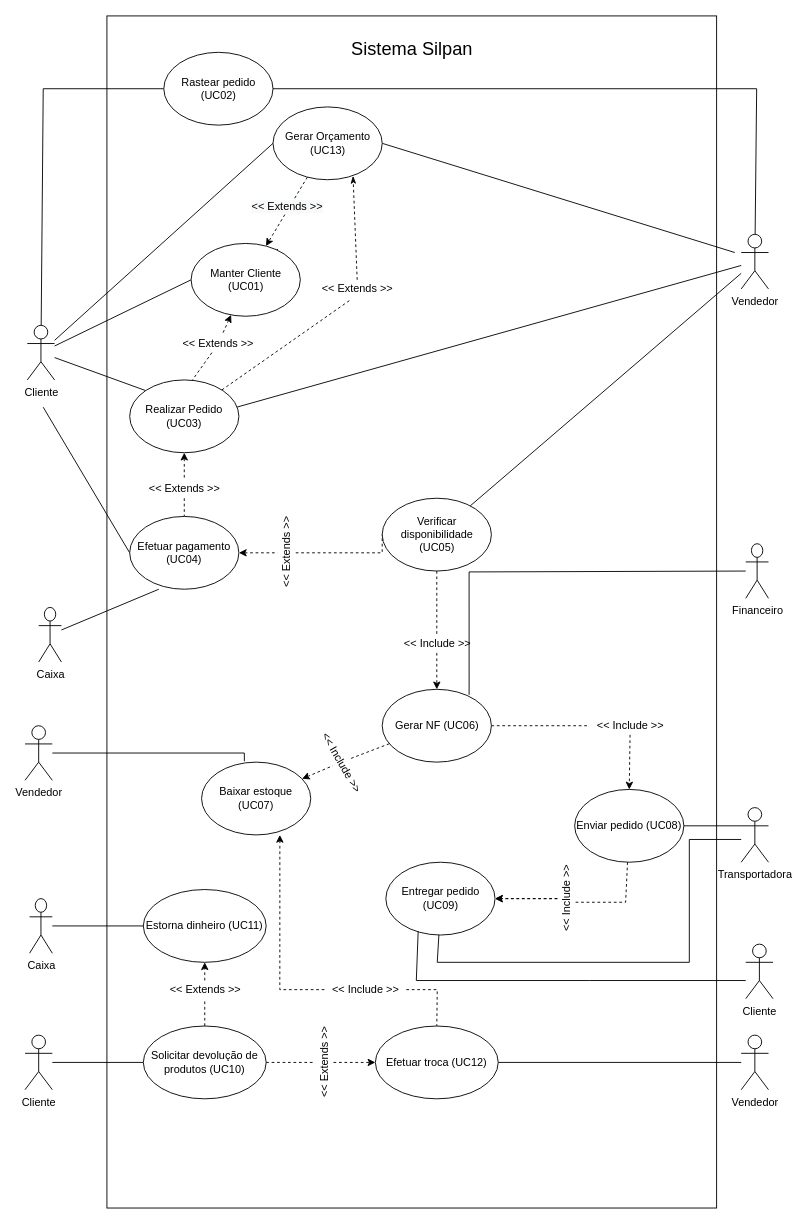
Before: Diagrama de UC.drawio in Systematicos/Silpan-AMS, a draw.io diagram. Source tidied: cells renumbered, new cells numbered last; positions are measured from the earlier drawing's top-left corner, leaving out a move shared by most shapes. Both pictures are drawn from the tidied source at 91%, with x=0, y=0 at pixel (25, 15).
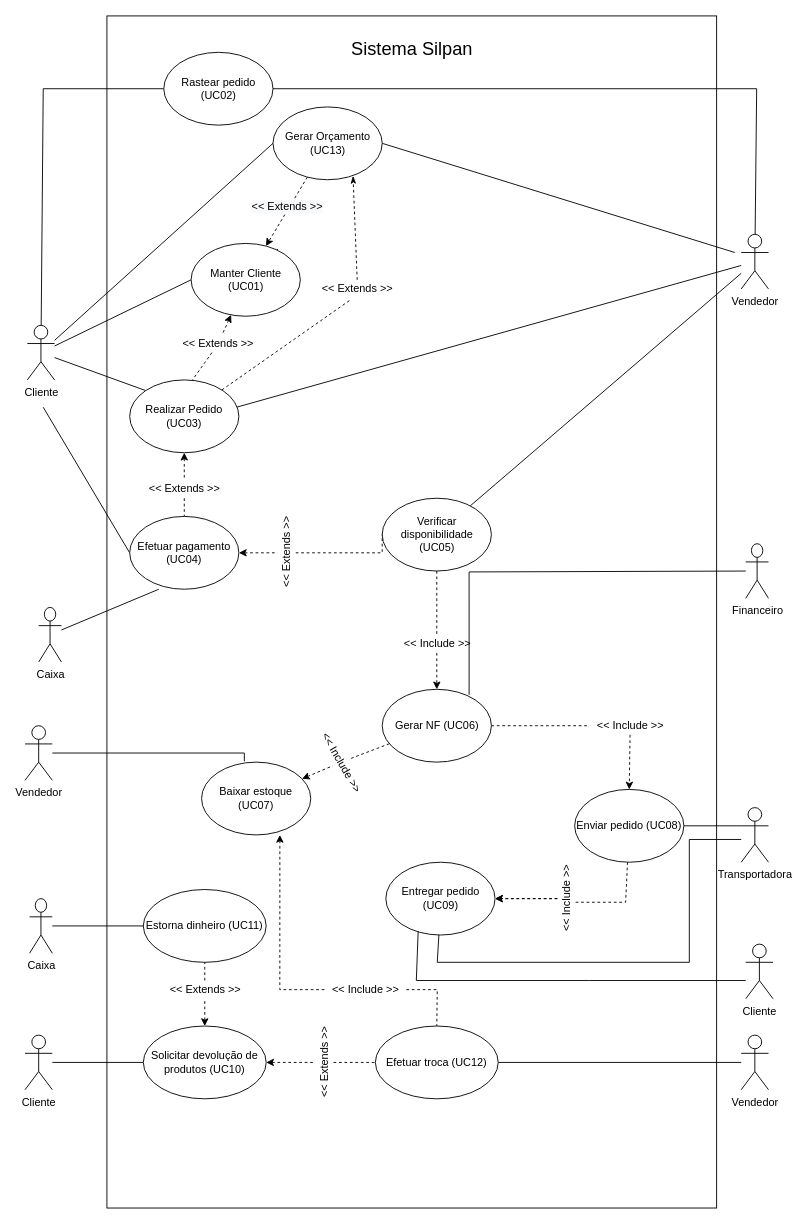
Above is the later version.

Commit message (it also covers changes not shown here):
Criação de DS e alteração no diagrama de UC

Unchanged cells that the change refers to:
```xml
<mxCell id="54" value="Solicitar devolução de produtos (UC10)" style="ellipse;whiteSpace=wrap;html=1;" parent="1" vertex="1">
  <mxGeometry x="130" y="1110" width="135" height="80" as="geometry" />
</mxCell>
<mxCell id="57" value="Estorna dinheiro (UC11)" style="ellipse;whiteSpace=wrap;html=1;" parent="1" vertex="1">
  <mxGeometry x="130" y="960" width="135" height="80" as="geometry" />
</mxCell>
<mxCell id="58" value="Efetuar troca (UC12)" style="ellipse;whiteSpace=wrap;html=1;" parent="1" vertex="1">
  <mxGeometry x="385" y="1110" width="135" height="80" as="geometry" />
</mxCell>
<mxCell id="59" value="&amp;lt;&amp;lt; Extends &amp;gt;&amp;gt;" style="text;html=1;align=center;verticalAlign=middle;points=[];rotation=-90;" parent="1" vertex="1">
  <mxGeometry x="284" y="1140" width="90" height="20" as="geometry" />
</mxCell>
<mxCell id="64" value="&amp;lt;&amp;lt; Extends &amp;gt;&amp;gt;" style="text;html=1;align=center;verticalAlign=middle;points=[];rotation=0;" parent="1" vertex="1">
  <mxGeometry x="152.5" y="1060" width="90" height="20" as="geometry" />
</mxCell>
```

What changed in the source:
```diff
@@
-    <mxCell id="52" style="edgeStyle=none;rounded=0;jettySize=auto;html=1;endArrow=classic;endFill=1;dashed=1;startArrow=none;startFill=0;" parent="1" edge="1" source="59" target="58">
+    <mxCell id="52" style="edgeStyle=none;rounded=0;jettySize=auto;html=1;endArrow=none;endFill=0;dashed=1;startArrow=none;startFill=0;" parent="1" edge="1" source="59" target="58">
       <mxGeometry relative="1" as="geometry" />
     </mxCell>
-    <mxCell id="53" style="edgeStyle=none;rounded=0;jettySize=auto;html=1;endArrow=classic;endFill=1;dashed=1;startArrow=none;startFill=0;" parent="1" edge="1" source="64" target="57">
+    <mxCell id="53" style="edgeStyle=none;rounded=0;jettySize=auto;html=1;endArrow=none;endFill=0;dashed=1;startArrow=none;startFill=0;" parent="1" edge="1" source="64" target="57">
       <mxGeometry relative="1" as="geometry" />
     </mxCell>
@@
-    <mxCell id="60" style="edgeStyle=none;rounded=0;jettySize=auto;html=1;endArrow=none;endFill=0;dashed=1;" parent="1" edge="1" source="54" target="59">
+    <mxCell id="60" style="edgeStyle=none;rounded=0;jettySize=auto;html=1;endArrow=none;endFill=0;dashed=1;startArrow=classic;startFill=1;" parent="1" edge="1" source="54" target="59">
       <mxGeometry relative="1" as="geometry" />
     </mxCell>
@@
-    <mxCell id="65" style="edgeStyle=none;rounded=0;jettySize=auto;html=1;endArrow=none;endFill=0;dashed=1;" parent="1" edge="1" source="54" target="64">
+    <mxCell id="65" style="edgeStyle=none;rounded=0;jettySize=auto;html=1;endArrow=none;endFill=0;dashed=1;startArrow=classic;startFill=1;" parent="1" edge="1" source="54" target="64">
       <mxGeometry relative="1" as="geometry" />
     </mxCell>
```
